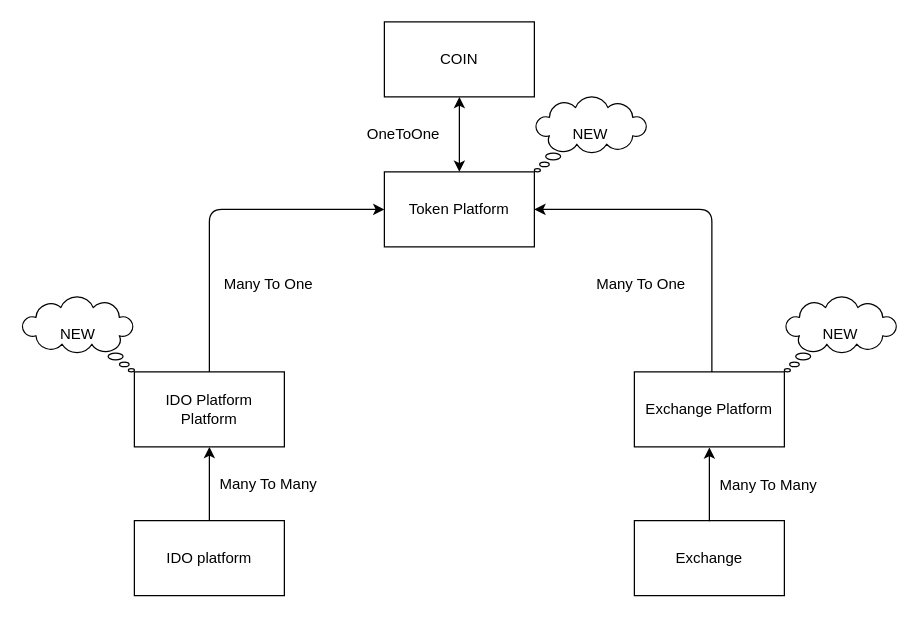
The draw.io diagram views/Untitled Diagram.drawio in webdevstas/votes, before the edit. Source tidied: cells renumbered, new cells numbered last; positions are measured from the earlier drawing's top-left corner, leaving out a move shared by most shapes. Both pictures are drawn from the tidied source at 125%, with x=0, y=0 at pixel (21, 21).
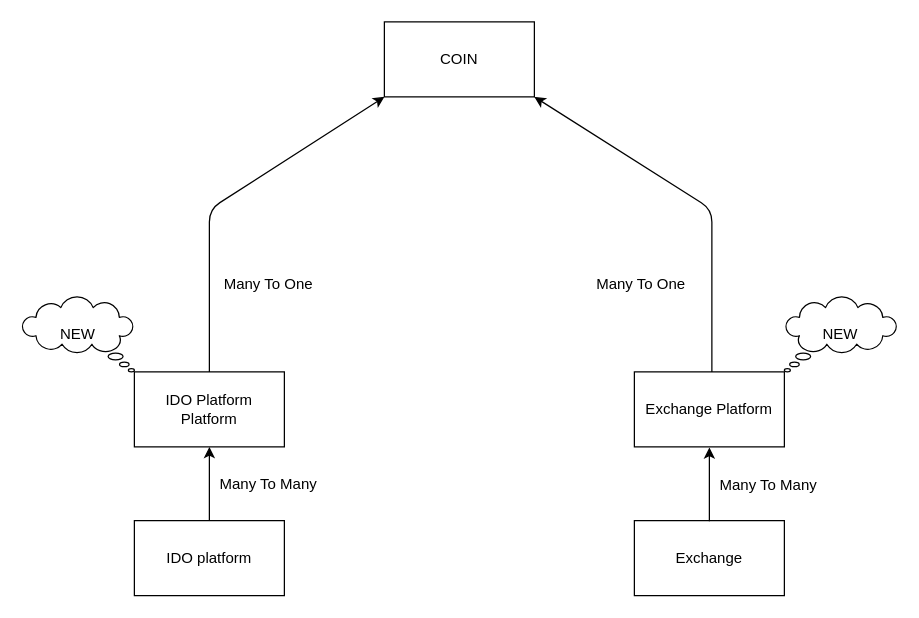
The same diagram, later.

Unchanged cells that the change refers to:
```xml
<mxCell id="2" value="COIN" style="rounded=0;whiteSpace=wrap;html=1;" parent="1" vertex="1">
  <mxGeometry x="290" width="120" height="60" as="geometry" />
</mxCell>
<mxCell id="7" value="&lt;div&gt;IDO Platform&lt;/div&gt;&lt;div&gt;Platform&lt;br&gt;&lt;/div&gt;" style="rounded=0;whiteSpace=wrap;html=1;" parent="1" vertex="1">
  <mxGeometry x="90" y="280" width="120" height="60" as="geometry" />
</mxCell>
```

Diff of the diagram source:
```diff
@@
-    <mxCell id="3" value="Token Platform" style="rounded=0;whiteSpace=wrap;html=1;" parent="1" vertex="1">
-      <mxGeometry x="290" y="120" width="120" height="60" as="geometry" />
-    </mxCell>
-    <mxCell id="4" style="endArrow=classic;startArrow=classic;html=1;" parent="1" edge="1" source="2">
-      <mxGeometry relative="1" as="geometry">
-        <mxPoint x="350" y="120" as="targetPoint" />
-      </mxGeometry>
-    </mxCell>
-    <mxCell id="5" value="OneToOne" style="text;html=1;align=center;verticalAlign=middle;strokeColor=none;" parent="1" vertex="1">
-      <mxGeometry x="270" y="80" width="70" height="20" as="geometry" />
-    </mxCell>
@@
-    <mxCell id="14" style="endArrow=classic;html=1;exitX=0.5;exitY=0;exitDx=0;exitDy=0;entryX=0;entryY=0.5;entryDx=0;entryDy=0;" parent="1" edge="1" source="7" target="3">
+    <mxCell id="14" style="endArrow=classic;html=1;exitX=0.5;exitY=0;exitDx=0;exitDy=0;entryX=0;entryY=1;entryDx=0;entryDy=0;" parent="1" edge="1" source="7" target="2">
       <mxGeometry relative="1" as="geometry">
         <Array as="points">
           <mxPoint x="150" y="150" />
         </Array>
       </mxGeometry>
     </mxCell>
-    <mxCell id="15" style="endArrow=classic;html=1;exitX=0.5;exitY=0;exitDx=0;exitDy=0;entryX=1;entryY=0.5;entryDx=0;entryDy=0;" parent="1" edge="1" target="3">
+    <mxCell id="15" style="endArrow=classic;html=1;exitX=0.5;exitY=0;exitDx=0;exitDy=0;entryX=1;entryY=1;entryDx=0;entryDy=0;" parent="1" edge="1" target="2">
       <mxGeometry relative="1" as="geometry">
         <mxPoint x="552" y="280" as="sourcePoint" />
         <Array as="points">
           <mxPoint x="552" y="150" />
         </Array>
       </mxGeometry>
     </mxCell>
@@
-    <mxCell id="20" value="NEW" style="whiteSpace=wrap;html=1;shape=mxgraph.basic.cloud_callout;" parent="1" vertex="1">
-      <mxGeometry x="410" y="60" width="90" height="60" as="geometry" />
-    </mxCell>
```
